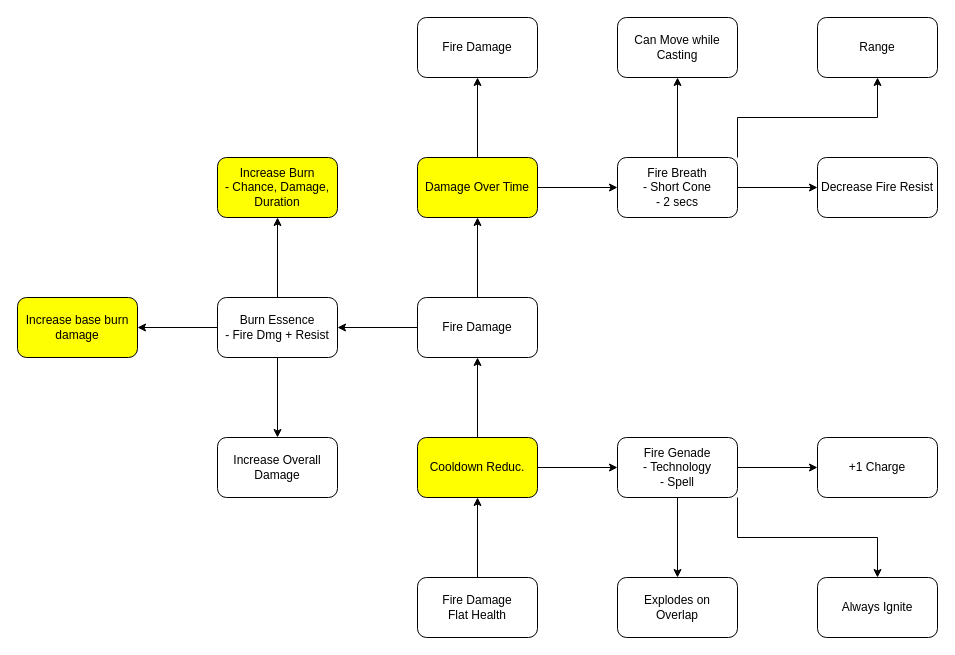
Earlier version of the draw.io diagram page "Pyro" (2 of 30) of Docs/SkillTree.drawio (LeVieuxSinge/RoguelikeGame). Source tidied: cells renumbered, new cells numbered last; positions are measured from the earlier drawing's top-left corner, leaving out a move shared by most shapes. Both pictures are drawn from the tidied source at 100%, with x=0, y=0 at pixel (17, 17).
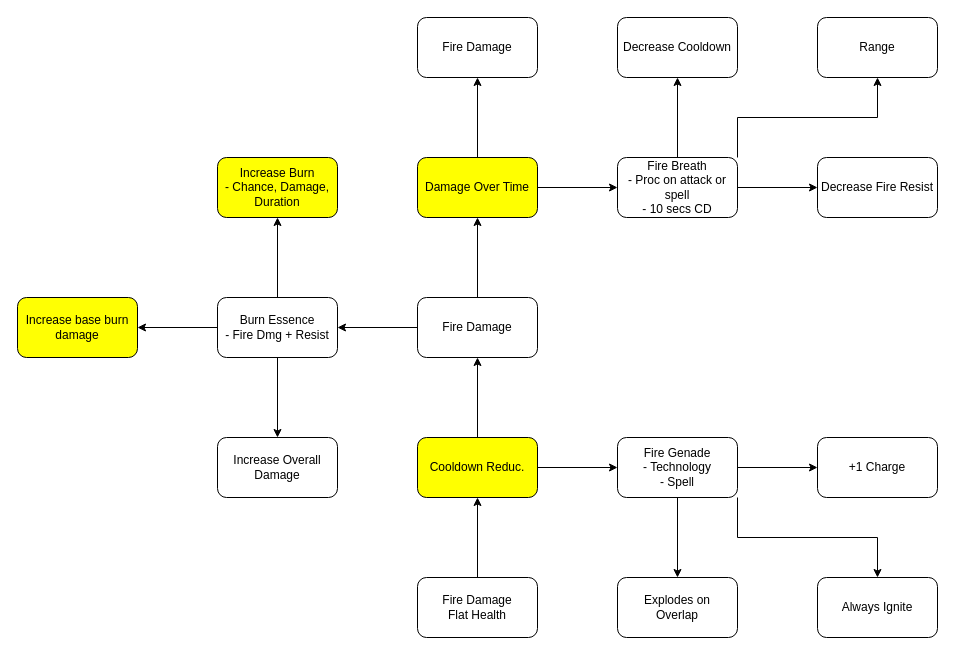
Above is the later version.

Change to the diagram source:
```diff
@@
-    <mxCell id="23" value="Fire Breath&lt;br&gt;- Short Cone&lt;br&gt;- 2 secs" style="rounded=1;whiteSpace=wrap;html=1;" parent="1" vertex="1">
+    <mxCell id="23" value="Fire Breath&lt;br&gt;- Proc on attack or spell&lt;br&gt;- 10 secs CD" style="rounded=1;whiteSpace=wrap;html=1;" parent="1" vertex="1">
       <mxGeometry x="600" y="140" width="120" height="60" as="geometry" />
     </mxCell>
@@
-    <mxCell id="33" value="Can Move while&lt;br&gt;Casting" style="rounded=1;whiteSpace=wrap;html=1;" parent="1" vertex="1">
+    <mxCell id="33" value="Decrease Cooldown" style="rounded=1;whiteSpace=wrap;html=1;" parent="1" vertex="1">
       <mxGeometry x="600" width="120" height="60" as="geometry" />
     </mxCell>
```
